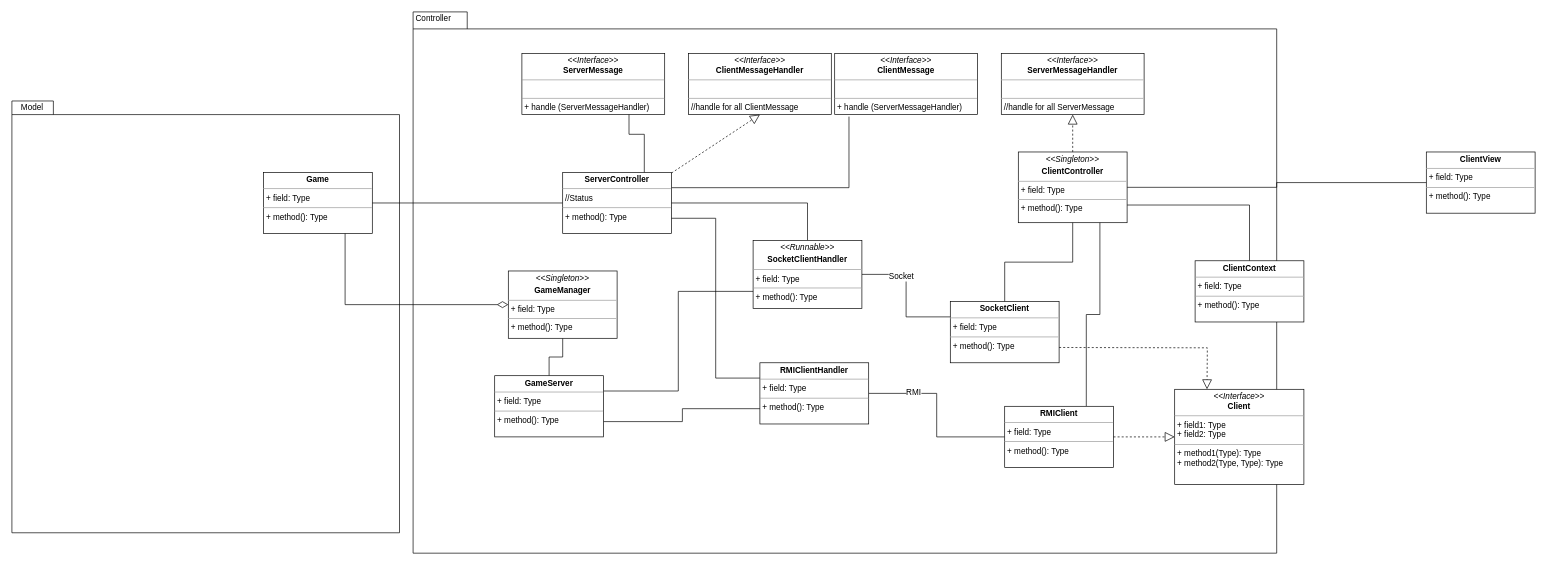
vittot/ing-sw-2019-20 keeps this draw.io diagram as UML_Controller.drawio. Above is the earlier version. Source tidied: cells renumbered, new cells numbered last; positions are measured from the earlier drawing's top-left corner, leaving out a move shared by most shapes. Both pictures are drawn from the tidied source at 68%, with x=0, y=0 at pixel (12, 12).
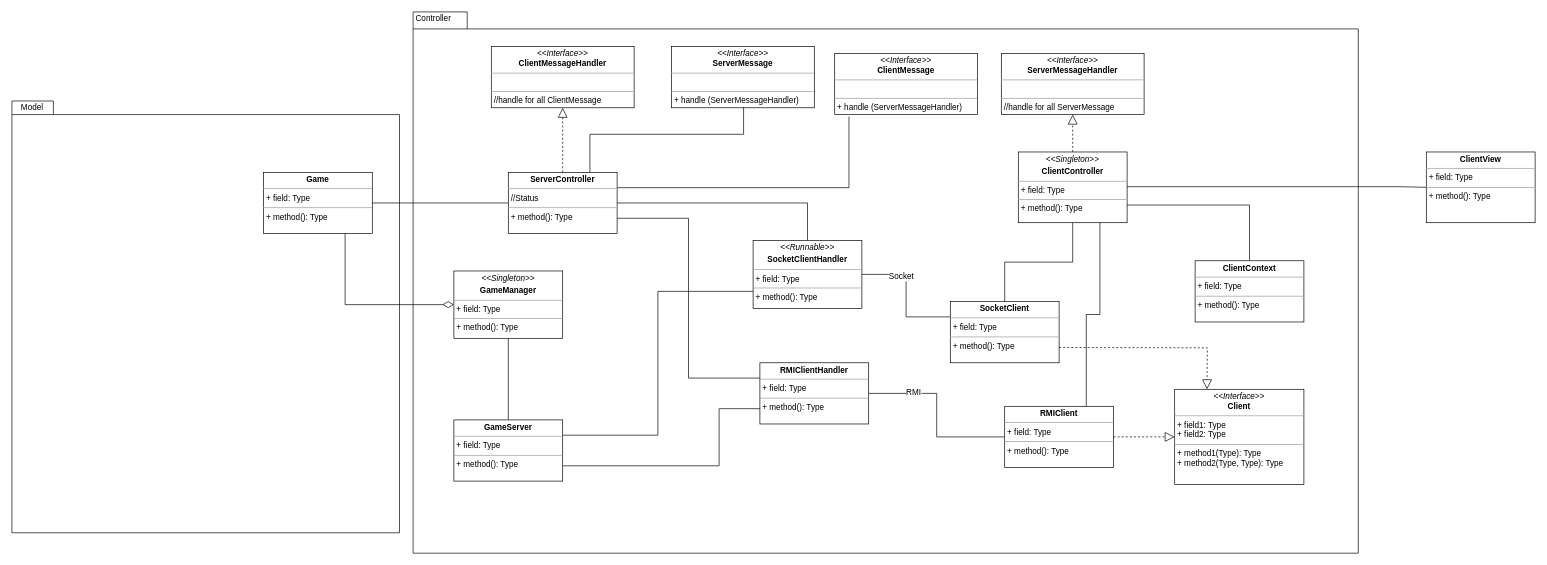
After the change.

Commit message (it also covers changes not shown here):
update uml diagrams

The change refers to these unchanged cells:
```xml
<mxCell id="8" value="&lt;p style=&quot;margin: 0px ; margin-top: 4px ; text-align: center&quot;&gt;&lt;i&gt;&amp;lt;&amp;lt;Singleton&amp;gt;&amp;gt;&lt;/i&gt;&lt;/p&gt;&lt;p style=&quot;margin: 0px ; margin-top: 4px ; text-align: center&quot;&gt;&lt;b&gt;ClientController&lt;/b&gt;&lt;/p&gt;&lt;hr size=&quot;1&quot;&gt;&lt;p style=&quot;margin: 0px ; margin-left: 4px&quot;&gt;+ field: Type&lt;/p&gt;&lt;hr size=&quot;1&quot;&gt;&lt;p style=&quot;margin: 0px ; margin-left: 4px&quot;&gt;+ method(): Type&lt;/p&gt;" style="verticalAlign=top;align=left;overflow=fill;fontSize=12;fontFamily=Helvetica;html=1;" parent="1" vertex="1">
  <mxGeometry x="1480" y="206" width="160" height="104" as="geometry" />
</mxCell>
<mxCell id="17" value="&lt;p style=&quot;margin: 0px ; margin-top: 4px ; text-align: center&quot;&gt;&lt;b&gt;RMIClientHandler&lt;/b&gt;&lt;/p&gt;&lt;hr size=&quot;1&quot;&gt;&lt;p style=&quot;margin: 0px ; margin-left: 4px&quot;&gt;+ field: Type&lt;/p&gt;&lt;hr size=&quot;1&quot;&gt;&lt;p style=&quot;margin: 0px ; margin-left: 4px&quot;&gt;+ method(): Type&lt;/p&gt;" style="verticalAlign=top;align=left;overflow=fill;fontSize=12;fontFamily=Helvetica;html=1;" parent="1" vertex="1">
  <mxGeometry x="1100" y="516" width="160" height="90" as="geometry" />
</mxCell>
```

Change to the diagram source:
```diff
@@
     <mxCell id="3" style="shape=folder;fontStyle=1;spacingTop=10;tabWidth=62;tabHeight=25;tabPosition=left;html=1;" parent="1" vertex="1">
-      <mxGeometry x="590" width="1270" height="796" as="geometry" />
+      <mxGeometry x="590" width="1390" height="796" as="geometry" />
     </mxCell>
@@
     <mxCell id="5" value="&lt;p style=&quot;margin: 0px ; margin-top: 4px ; text-align: center&quot;&gt;&lt;b&gt;ClientView&lt;/b&gt;&lt;/p&gt;&lt;hr size=&quot;1&quot;&gt;&lt;p style=&quot;margin: 0px ; margin-left: 4px&quot;&gt;+ field: Type&lt;/p&gt;&lt;hr size=&quot;1&quot;&gt;&lt;p style=&quot;margin: 0px ; margin-left: 4px&quot;&gt;+ method(): Type&lt;/p&gt;" style="verticalAlign=top;align=left;overflow=fill;fontSize=12;fontFamily=Helvetica;html=1;" parent="1" vertex="1">
-      <mxGeometry x="2080" y="206" width="160" height="90" as="geometry" />
+      <mxGeometry x="2080" y="206" width="160" height="104" as="geometry" />
     </mxCell>
     <mxCell id="6" style="edgeStyle=orthogonalEdgeStyle;rounded=0;jettySize=auto;html=1;exitX=1;exitY=0.5;exitDx=0;exitDy=0;entryX=0;entryY=0.5;entryDx=0;entryDy=0;endArrow=none;endFill=0;" parent="1" edge="1" source="8" target="5">
-      <mxGeometry relative="1" as="geometry" />
+      <mxGeometry relative="1" as="geometry">
+        <Array as="points">
+          <mxPoint x="2040" y="257" />
+          <mxPoint x="2040" y="257" />
+        </Array>
+      </mxGeometry>
     </mxCell>
@@
     <mxCell id="13" value="&lt;p style=&quot;margin: 0px ; margin-top: 4px ; text-align: center&quot;&gt;&lt;b&gt;ServerController&lt;/b&gt;&lt;/p&gt;&lt;hr size=&quot;1&quot;&gt;&lt;p style=&quot;margin: 0px ; margin-left: 4px&quot;&gt;//Status&lt;/p&gt;&lt;hr size=&quot;1&quot;&gt;&lt;p style=&quot;margin: 0px ; margin-left: 4px&quot;&gt;+ method(): Type&lt;/p&gt;" style="verticalAlign=top;align=left;overflow=fill;fontSize=12;fontFamily=Helvetica;html=1;" parent="1" vertex="1">
-      <mxGeometry x="810" y="236" width="160" height="90" as="geometry" />
+      <mxGeometry x="730" y="236" width="160" height="90" as="geometry" />
     </mxCell>
@@
     <mxCell id="23" style="edgeStyle=orthogonalEdgeStyle;rounded=0;jettySize=auto;html=1;exitX=1;exitY=0.75;exitDx=0;exitDy=0;entryX=0;entryY=0.75;entryDx=0;entryDy=0;endArrow=none;endFill=0;" parent="1" edge="1" source="25" target="17">
       <mxGeometry relative="1" as="geometry">
         <Array as="points">
-          <mxPoint x="986" y="602" />
-          <mxPoint x="986" y="584" />
+          <mxPoint x="1040" y="668" />
+          <mxPoint x="1040" y="584" />
         </Array>
       </mxGeometry>
     </mxCell>
@@
     <mxCell id="25" value="&lt;p style=&quot;margin: 0px ; margin-top: 4px ; text-align: center&quot;&gt;&lt;b&gt;GameServer&lt;/b&gt;&lt;/p&gt;&lt;hr size=&quot;1&quot;&gt;&lt;p style=&quot;margin: 0px ; margin-left: 4px&quot;&gt;+ field: Type&lt;/p&gt;&lt;hr size=&quot;1&quot;&gt;&lt;p style=&quot;margin: 0px ; margin-left: 4px&quot;&gt;+ method(): Type&lt;/p&gt;" style="verticalAlign=top;align=left;overflow=fill;fontSize=12;fontFamily=Helvetica;html=1;" parent="1" vertex="1">
-      <mxGeometry x="710" y="535" width="160" height="90" as="geometry" />
+      <mxGeometry x="650" y="600" width="160" height="90" as="geometry" />
     </mxCell>
@@
     <mxCell id="35" value="&lt;p style=&quot;margin: 0px ; margin-top: 4px ; text-align: center&quot;&gt;&lt;i&gt;&amp;lt;&amp;lt;Singleton&amp;gt;&amp;gt;&lt;/i&gt;&lt;/p&gt;&lt;p style=&quot;margin: 0px ; margin-top: 4px ; text-align: center&quot;&gt;&lt;b&gt;GameManager&lt;/b&gt;&lt;/p&gt;&lt;hr size=&quot;1&quot;&gt;&lt;p style=&quot;margin: 0px ; margin-left: 4px&quot;&gt;+ field: Type&lt;/p&gt;&lt;hr size=&quot;1&quot;&gt;&lt;p style=&quot;margin: 0px ; margin-left: 4px&quot;&gt;+ method(): Type&lt;/p&gt;" style="verticalAlign=top;align=left;overflow=fill;fontSize=12;fontFamily=Helvetica;html=1;" parent="1" vertex="1">
-      <mxGeometry x="730" y="381" width="160" height="99" as="geometry" />
+      <mxGeometry x="650" y="381" width="160" height="99" as="geometry" />
     </mxCell>
     <mxCell id="36" value="&lt;p style=&quot;margin: 0px ; margin-top: 4px ; text-align: center&quot;&gt;&lt;i&gt;&amp;lt;&amp;lt;Interface&amp;gt;&amp;gt;&lt;/i&gt;&lt;br&gt;&lt;b&gt;ServerMessage&lt;/b&gt;&lt;/p&gt;&lt;hr size=&quot;1&quot;&gt;&lt;p style=&quot;margin: 0px ; margin-left: 4px&quot;&gt;&lt;br&gt;&lt;/p&gt;&lt;hr size=&quot;1&quot;&gt;&lt;p style=&quot;margin: 0px ; margin-left: 4px&quot;&gt;+ handle (ServerMessageHandler)&lt;/p&gt;" style="verticalAlign=top;align=left;overflow=fill;fontSize=12;fontFamily=Helvetica;html=1;" parent="1" vertex="1">
-      <mxGeometry x="750" y="61" width="210" height="90" as="geometry" />
+      <mxGeometry x="970" y="51" width="210" height="90" as="geometry" />
     </mxCell>
@@
-    <mxCell id="38" style="endArrow=none;html=1;edgeStyle=orthogonalEdgeStyle;exitX=0.75;exitY=1;exitDx=0;exitDy=0;entryX=0.75;entryY=0;entryDx=0;entryDy=0;rounded=0;" parent="1" edge="1" source="36" target="13">
+    <mxCell id="38" style="endArrow=none;html=1;edgeStyle=orthogonalEdgeStyle;exitX=0.5;exitY=1;exitDx=0;exitDy=0;entryX=0.75;entryY=0;entryDx=0;entryDy=0;rounded=0;" parent="1" edge="1" source="36" target="13">
       <mxGeometry relative="1" as="geometry">
         <Array as="points">
-          <mxPoint x="908" y="180" />
-          <mxPoint x="930" y="180" />
+          <mxPoint x="1076" y="180" />
+          <mxPoint x="850" y="180" />
         </Array>
       </mxGeometry>
     </mxCell>
@@
     <mxCell id="41" value="&lt;p style=&quot;margin: 0px ; margin-top: 4px ; text-align: center&quot;&gt;&lt;i&gt;&amp;lt;&amp;lt;Interface&amp;gt;&amp;gt;&lt;/i&gt;&lt;br&gt;&lt;b&gt;ClientMessageHandler&lt;/b&gt;&lt;/p&gt;&lt;hr size=&quot;1&quot;&gt;&lt;p style=&quot;margin: 0px ; margin-left: 4px&quot;&gt;&lt;br&gt;&lt;/p&gt;&lt;hr size=&quot;1&quot;&gt;&lt;p style=&quot;margin: 0px ; margin-left: 4px&quot;&gt;//handle for all ClientMessage&lt;/p&gt;" style="verticalAlign=top;align=left;overflow=fill;fontSize=12;fontFamily=Helvetica;html=1;" parent="1" vertex="1">
-      <mxGeometry x="995" y="61" width="210" height="90" as="geometry" />
+      <mxGeometry x="705" y="51" width="210" height="90" as="geometry" />
     </mxCell>
-    <mxCell id="42" style="endArrow=block;dashed=1;endFill=0;endSize=12;html=1;entryX=0.5;entryY=1;entryDx=0;entryDy=0;exitX=1;exitY=0.011;exitDx=0;exitDy=0;exitPerimeter=0;" parent="1" edge="1" source="13" target="41">
+    <mxCell id="42" style="endArrow=block;dashed=1;endFill=0;endSize=12;html=1;entryX=0.5;entryY=1;entryDx=0;entryDy=0;exitX=0.5;exitY=0;exitDx=0;exitDy=0;" parent="1" edge="1" source="13" target="41">
       <mxGeometry relative="1" as="geometry" />
     </mxCell>
```
